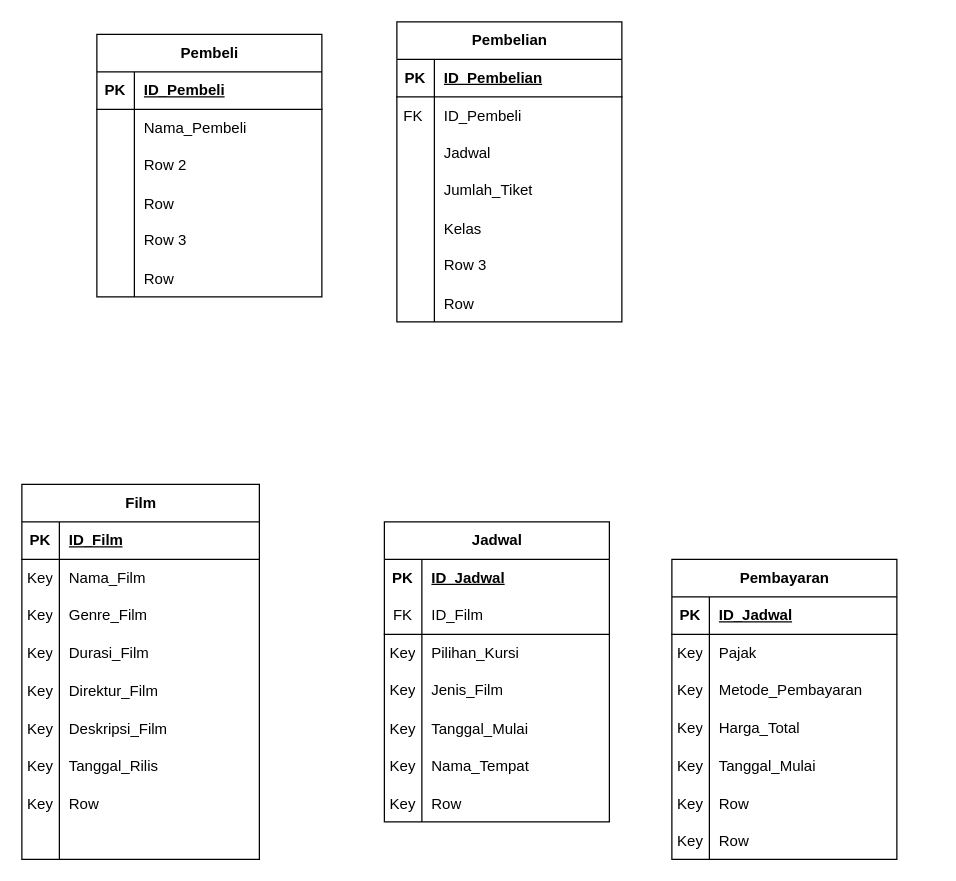
The draw.io diagram page "Diagram-Utama" (1 of 2) of sistem-pembelian-tiket-retake.drawio in King-Ag-Jv/Project-Atrem, before the edit. Source tidied: cells renumbered, new cells numbered last; positions are measured from the earlier drawing's top-left corner, leaving out a move shared by most shapes. Both pictures are drawn from the tidied source at 125%, with x=0, y=0 at pixel (21, 21).
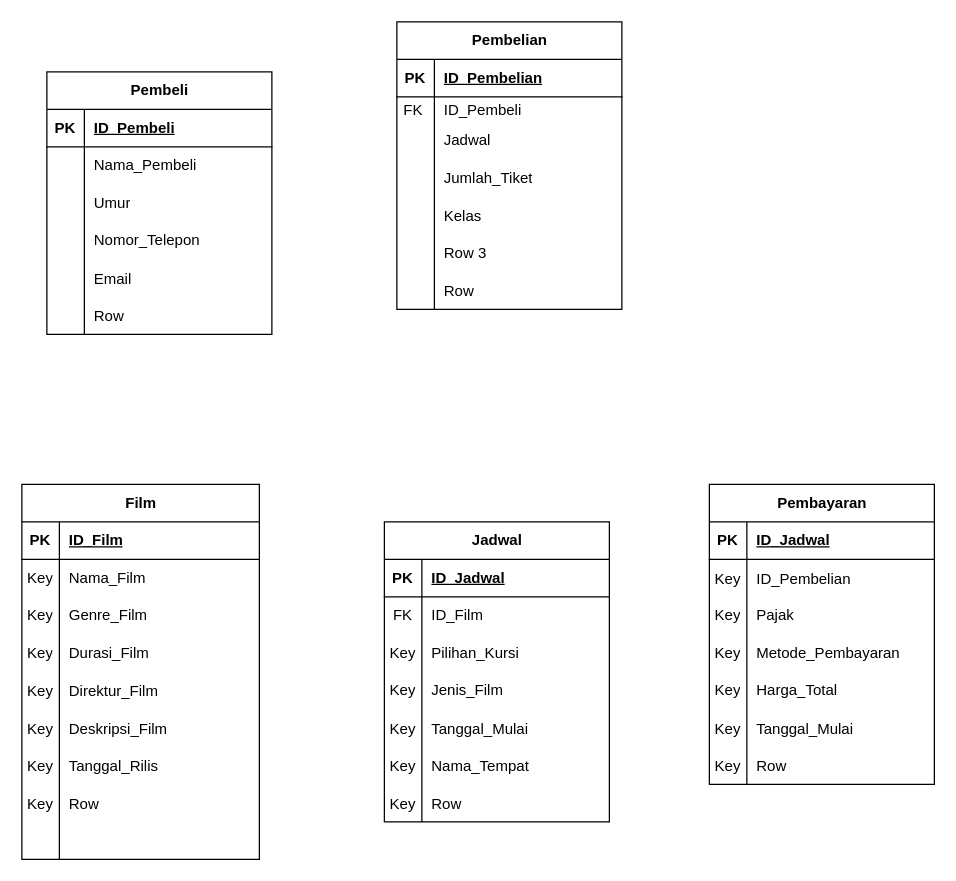
The same diagram, later.

Unchanged cells that the change refers to:
```xml
<mxCell id="71" value="Jadwal" style="shape=table;startSize=30;childLayout=tableLayout;rowLines=0;fontStyle=1;align=center;html=1;" parent="1" vertex="1">
  <mxGeometry x="290" y="400" width="180" height="240" as="geometry" />
</mxCell>
```

The edit, as a diff of the source:
```diff
@@
     <mxCell id="2" value="Pembeli" style="shape=table;startSize=30;childLayout=tableLayout;rowLines=0;fontStyle=1;align=center;html=1;" parent="1" vertex="1">
-      <mxGeometry x="60" y="10" width="180" height="210" as="geometry" />
+      <mxGeometry x="20" y="40" width="180" height="210" as="geometry" />
     </mxCell>
@@
+    <mxCell id="15" style="shape=tableRow;horizontal=0;startSize=0;swimlaneHead=0;swimlaneBody=0;fillColor=none;top=0;left=0;right=0;bottom=0;" parent="2" vertex="1">
+      <mxGeometry y="90" width="180" height="30" as="geometry" />
+    </mxCell>
+    <mxCell id="16" style="shape=partialRectangle;fillColor=none;top=0;left=0;bottom=0;right=0;overflow=hidden;whiteSpace=wrap;html=1;" parent="15" vertex="1">
+      <mxGeometry width="30" height="30" as="geometry" />
+    </mxCell>
+    <mxCell id="17" value="Umur" style="shape=partialRectangle;fillColor=none;top=0;left=0;bottom=0;right=0;align=left;spacingLeft=6;overflow=hidden;whiteSpace=wrap;html=1;" parent="15" vertex="1">
+      <mxGeometry x="30" width="150" height="30" as="geometry" />
+    </mxCell>
     <mxCell id="9" style="shape=tableRow;horizontal=0;startSize=0;swimlaneHead=0;swimlaneBody=0;fillColor=none;top=0;left=0;right=0;bottom=0;" parent="2" vertex="1">
-      <mxGeometry y="90" width="180" height="30" as="geometry" />
+      <mxGeometry y="120" width="180" height="30" as="geometry" />
     </mxCell>
@@
-    <mxCell id="11" value="Row 2" style="shape=partialRectangle;fillColor=none;top=0;left=0;bottom=0;right=0;align=left;spacingLeft=6;overflow=hidden;whiteSpace=wrap;html=1;" parent="9" vertex="1">
+    <mxCell id="11" value="Nomor_Telepon" style="shape=partialRectangle;fillColor=none;top=0;left=0;bottom=0;right=0;align=left;spacingLeft=6;overflow=hidden;whiteSpace=wrap;html=1;" parent="9" vertex="1">
       <mxGeometry x="30" width="150" height="30" as="geometry" />
     </mxCell>
     <mxCell id="12" style="shape=tableRow;horizontal=0;startSize=0;swimlaneHead=0;swimlaneBody=0;fillColor=none;top=0;left=0;right=0;bottom=0;" parent="2" vertex="1">
-      <mxGeometry y="120" width="180" height="30" as="geometry" />
+      <mxGeometry y="150" width="180" height="30" as="geometry" />
     </mxCell>
@@
-    <mxCell id="14" value="Row" style="shape=partialRectangle;fillColor=none;top=0;left=0;bottom=0;right=0;align=left;spacingLeft=6;overflow=hidden;" parent="12" vertex="1">
+    <mxCell id="14" value="Email" style="shape=partialRectangle;fillColor=none;top=0;left=0;bottom=0;right=0;align=left;spacingLeft=6;overflow=hidden;" parent="12" vertex="1">
       <mxGeometry x="30" width="150" height="30" as="geometry" />
     </mxCell>
-    <mxCell id="15" style="shape=tableRow;horizontal=0;startSize=0;swimlaneHead=0;swimlaneBody=0;fillColor=none;top=0;left=0;right=0;bottom=0;" parent="2" vertex="1">
-      <mxGeometry y="150" width="180" height="30" as="geometry" />
-    </mxCell>
-    <mxCell id="16" style="shape=partialRectangle;fillColor=none;top=0;left=0;bottom=0;right=0;overflow=hidden;whiteSpace=wrap;html=1;" parent="15" vertex="1">
-      <mxGeometry width="30" height="30" as="geometry" />
-    </mxCell>
-    <mxCell id="17" value="Row 3" style="shape=partialRectangle;fillColor=none;top=0;left=0;bottom=0;right=0;align=left;spacingLeft=6;overflow=hidden;whiteSpace=wrap;html=1;" parent="15" vertex="1">
-      <mxGeometry x="30" width="150" height="30" as="geometry" />
-    </mxCell>
@@
     <mxCell id="21" value="Pembelian" style="shape=table;startSize=30;childLayout=tableLayout;rowLines=0;fontStyle=1;align=center;html=1;" parent="1" vertex="1">
-      <mxGeometry x="300" width="180" height="240" as="geometry" />
+      <mxGeometry x="300" width="180" height="230" as="geometry" />
     </mxCell>
@@
     <mxCell id="25" style="shape=tableRow;horizontal=0;startSize=0;swimlaneHead=0;swimlaneBody=0;fillColor=none;top=0;left=0;right=0;bottom=0;" parent="21" vertex="1">
-      <mxGeometry y="60" width="180" height="30" as="geometry" />
+      <mxGeometry y="60" width="180" height="20" as="geometry" />
     </mxCell>
     <mxCell id="26" value="FK " style="shape=partialRectangle;fillColor=none;top=0;left=0;bottom=0;right=0;overflow=hidden;" parent="25" vertex="1">
-      <mxGeometry width="30" height="30" as="geometry" />
+      <mxGeometry width="30" height="20" as="geometry" />
     </mxCell>
     <mxCell id="27" value="ID_Pembeli" style="shape=partialRectangle;fillColor=none;top=0;left=0;bottom=0;right=0;align=left;spacingLeft=6;overflow=hidden;" parent="25" vertex="1">
-      <mxGeometry x="30" width="150" height="30" as="geometry" />
+      <mxGeometry x="30" width="150" height="20" as="geometry" />
     </mxCell>
     <mxCell id="28" style="shape=tableRow;horizontal=0;startSize=0;swimlaneHead=0;swimlaneBody=0;fillColor=none;top=0;left=0;right=0;bottom=0;" parent="21" vertex="1">
-      <mxGeometry y="90" width="180" height="30" as="geometry" />
+      <mxGeometry y="80" width="180" height="30" as="geometry" />
     </mxCell>
@@
     <mxCell id="31" style="shape=tableRow;horizontal=0;startSize=0;swimlaneHead=0;swimlaneBody=0;fillColor=none;top=0;left=0;right=0;bottom=0;" parent="21" vertex="1">
-      <mxGeometry y="120" width="180" height="30" as="geometry" />
+      <mxGeometry y="110" width="180" height="30" as="geometry" />
     </mxCell>
@@
     <mxCell id="34" style="shape=tableRow;horizontal=0;startSize=0;swimlaneHead=0;swimlaneBody=0;fillColor=none;top=0;left=0;right=0;bottom=0;" parent="21" vertex="1">
-      <mxGeometry y="150" width="180" height="30" as="geometry" />
+      <mxGeometry y="140" width="180" height="30" as="geometry" />
     </mxCell>
@@
     <mxCell id="37" style="shape=tableRow;horizontal=0;startSize=0;swimlaneHead=0;swimlaneBody=0;fillColor=none;top=0;left=0;right=0;bottom=0;" parent="21" vertex="1">
-      <mxGeometry y="180" width="180" height="30" as="geometry" />
+      <mxGeometry y="170" width="180" height="30" as="geometry" />
     </mxCell>
@@
     <mxCell id="40" style="shape=tableRow;horizontal=0;startSize=0;swimlaneHead=0;swimlaneBody=0;fillColor=none;top=0;left=0;right=0;bottom=0;" parent="21" vertex="1">
-      <mxGeometry y="210" width="180" height="30" as="geometry" />
+      <mxGeometry y="200" width="180" height="30" as="geometry" />
     </mxCell>
@@
-    <mxCell id="72" style="shape=tableRow;horizontal=0;startSize=0;swimlaneHead=0;swimlaneBody=0;fillColor=none;top=0;left=0;right=0;bottom=0;strokeWidth=1;" parent="71" vertex="1">
+    <mxCell id="72" style="shape=tableRow;horizontal=0;startSize=0;swimlaneHead=0;swimlaneBody=0;fillColor=none;top=0;left=0;right=0;bottom=1;strokeWidth=1;" parent="71" vertex="1">
       <mxGeometry y="30" width="180" height="30" as="geometry" />
     </mxCell>
@@
-    <mxCell id="75" style="shape=tableRow;horizontal=0;startSize=0;swimlaneHead=0;swimlaneBody=0;fillColor=none;top=0;left=0;right=0;bottom=1;strokeWidth=1;perimeterSpacing=0;" parent="71" vertex="1">
+    <mxCell id="75" style="shape=tableRow;horizontal=0;startSize=0;swimlaneHead=0;swimlaneBody=0;fillColor=none;top=0;left=0;right=0;bottom=0;strokeWidth=1;perimeterSpacing=0;" parent="71" vertex="1">
       <mxGeometry y="60" width="180" height="30" as="geometry" />
     </mxCell>
@@
     <mxCell id="93" value="Pembayaran" style="shape=table;startSize=30;childLayout=tableLayout;rowLines=0;fontStyle=1;align=center;html=1;" parent="1" vertex="1">
-      <mxGeometry x="520" y="430" width="180" height="240" as="geometry" />
+      <mxGeometry x="550" y="370" width="180" height="240" as="geometry" />
     </mxCell>
@@
+    <mxCell id="112" style="shape=tableRow;horizontal=0;startSize=0;swimlaneHead=0;swimlaneBody=0;fillColor=none;top=0;left=0;right=0;bottom=0;" parent="93" vertex="1">
+      <mxGeometry y="60" width="180" height="30" as="geometry" />
+    </mxCell>
+    <mxCell id="113" value="Key" style="shape=partialRectangle;fillColor=none;top=0;left=0;bottom=0;right=0;overflow=hidden;" parent="112" vertex="1">
+      <mxGeometry width="30" height="30" as="geometry" />
+    </mxCell>
+    <mxCell id="114" value="ID_Pembelian" style="shape=partialRectangle;fillColor=none;top=0;left=0;bottom=0;right=0;align=left;spacingLeft=6;overflow=hidden;" parent="112" vertex="1">
+      <mxGeometry x="30" width="150" height="30" as="geometry" />
+    </mxCell>
     <mxCell id="97" style="shape=tableRow;horizontal=0;startSize=0;swimlaneHead=0;swimlaneBody=0;fillColor=none;top=0;left=0;right=0;bottom=0;" parent="93" vertex="1">
-      <mxGeometry y="60" width="180" height="30" as="geometry" />
+      <mxGeometry y="90" width="180" height="30" as="geometry" />
     </mxCell>
@@
     <mxCell id="100" style="shape=tableRow;horizontal=0;startSize=0;swimlaneHead=0;swimlaneBody=0;fillColor=none;top=0;left=0;right=0;bottom=0;" parent="93" vertex="1">
-      <mxGeometry y="90" width="180" height="30" as="geometry" />
+      <mxGeometry y="120" width="180" height="30" as="geometry" />
     </mxCell>
@@
     <mxCell id="103" style="shape=tableRow;horizontal=0;startSize=0;swimlaneHead=0;swimlaneBody=0;fillColor=none;top=0;left=0;right=0;bottom=0;" parent="93" vertex="1">
-      <mxGeometry y="120" width="180" height="30" as="geometry" />
+      <mxGeometry y="150" width="180" height="30" as="geometry" />
     </mxCell>
@@
     <mxCell id="106" style="shape=tableRow;horizontal=0;startSize=0;swimlaneHead=0;swimlaneBody=0;fillColor=none;top=0;left=0;right=0;bottom=0;" parent="93" vertex="1">
-      <mxGeometry y="150" width="180" height="30" as="geometry" />
+      <mxGeometry y="180" width="180" height="30" as="geometry" />
     </mxCell>
@@
     <mxCell id="109" style="shape=tableRow;horizontal=0;startSize=0;swimlaneHead=0;swimlaneBody=0;fillColor=none;top=0;left=0;right=0;bottom=0;" parent="93" vertex="1">
-      <mxGeometry y="180" width="180" height="30" as="geometry" />
+      <mxGeometry y="210" width="180" height="30" as="geometry" />
     </mxCell>
@@
-    <mxCell id="112" style="shape=tableRow;horizontal=0;startSize=0;swimlaneHead=0;swimlaneBody=0;fillColor=none;top=0;left=0;right=0;bottom=0;" parent="93" vertex="1">
-      <mxGeometry y="210" width="180" height="30" as="geometry" />
-    </mxCell>
-    <mxCell id="113" value="Key" style="shape=partialRectangle;fillColor=none;top=0;left=0;bottom=0;right=0;overflow=hidden;" parent="112" vertex="1">
-      <mxGeometry width="30" height="30" as="geometry" />
-    </mxCell>
-    <mxCell id="114" value="Row" style="shape=partialRectangle;fillColor=none;top=0;left=0;bottom=0;right=0;align=left;spacingLeft=6;overflow=hidden;" parent="112" vertex="1">
-      <mxGeometry x="30" width="150" height="30" as="geometry" />
-    </mxCell>
```
